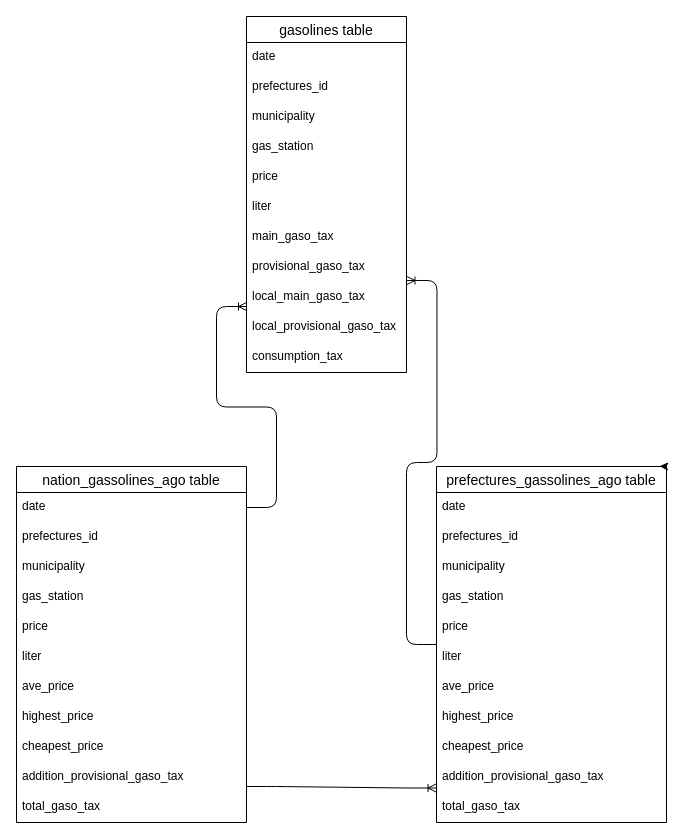
Above: E-R.dio in kopelwende/gas_tax (draw.io), before the change. Source tidied: cells renumbered, new cells numbered last; positions are measured from the earlier drawing's top-left corner, leaving out a move shared by most shapes. Both pictures are drawn from the tidied source at 100%, with x=0, y=0 at pixel (16, 16).
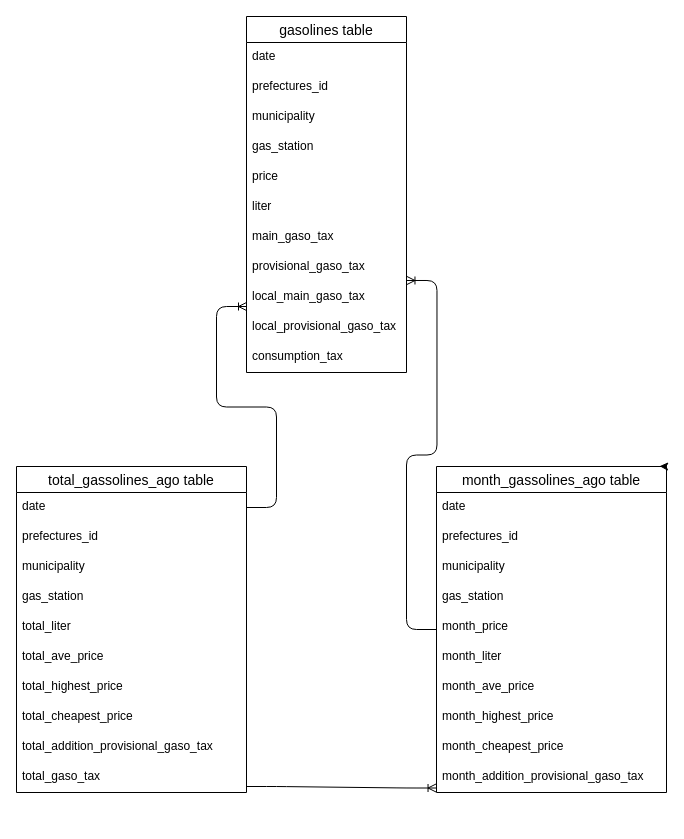
After the change.

The edit, as a diff of the source:
```diff
@@
-    <mxCell id="14" value="prefectures_gassolines_ago table" style="swimlane;fontStyle=0;horizontal=1;startSize=26;align=center;fontSize=14;" parent="1" vertex="1">
-      <mxGeometry x="420" y="450" width="230" height="356" as="geometry" />
+    <mxCell id="14" value="month_gassolines_ago table" style="swimlane;fontStyle=0;horizontal=1;startSize=26;align=center;fontSize=14;" parent="1" vertex="1">
+      <mxGeometry x="420" y="450" width="230" height="326" as="geometry" />
     </mxCell>
@@
-    <mxCell id="19" value="price " style="text;strokeColor=none;fillColor=none;spacingLeft=4;spacingRight=4;overflow=hidden;fontSize=12;" parent="14" vertex="1">
+    <mxCell id="19" value="month_price " style="text;strokeColor=none;fillColor=none;spacingLeft=4;spacingRight=4;overflow=hidden;fontSize=12;" parent="14" vertex="1">
       <mxGeometry y="146" width="230" height="30" as="geometry" />
     </mxCell>
-    <mxCell id="20" value="liter " style="text;strokeColor=none;fillColor=none;spacingLeft=4;spacingRight=4;overflow=hidden;fontSize=12;" parent="14" vertex="1">
+    <mxCell id="20" value="month_liter " style="text;strokeColor=none;fillColor=none;spacingLeft=4;spacingRight=4;overflow=hidden;fontSize=12;" parent="14" vertex="1">
       <mxGeometry y="176" width="230" height="30" as="geometry" />
     </mxCell>
-    <mxCell id="21" value="ave_price  " style="text;strokeColor=none;fillColor=none;spacingLeft=4;spacingRight=4;overflow=hidden;fontSize=12;" parent="14" vertex="1">
+    <mxCell id="21" value="month_ave_price  " style="text;strokeColor=none;fillColor=none;spacingLeft=4;spacingRight=4;overflow=hidden;fontSize=12;" parent="14" vertex="1">
       <mxGeometry y="206" width="230" height="30" as="geometry" />
     </mxCell>
-    <mxCell id="22" value="highest_price" style="text;strokeColor=none;fillColor=none;spacingLeft=4;spacingRight=4;overflow=hidden;fontSize=12;" parent="14" vertex="1">
+    <mxCell id="22" value="month_highest_price" style="text;strokeColor=none;fillColor=none;spacingLeft=4;spacingRight=4;overflow=hidden;fontSize=12;" parent="14" vertex="1">
       <mxGeometry y="236" width="230" height="30" as="geometry" />
     </mxCell>
-    <mxCell id="23" value="cheapest_price" style="text;strokeColor=none;fillColor=none;spacingLeft=4;spacingRight=4;overflow=hidden;fontSize=12;" parent="14" vertex="1">
+    <mxCell id="23" value="month_cheapest_price" style="text;strokeColor=none;fillColor=none;spacingLeft=4;spacingRight=4;overflow=hidden;fontSize=12;" parent="14" vertex="1">
       <mxGeometry y="266" width="230" height="30" as="geometry" />
     </mxCell>
-    <mxCell id="24" value="addition_provisional_gaso_tax" style="text;strokeColor=none;fillColor=none;spacingLeft=4;spacingRight=4;overflow=hidden;points=[[0,0.5],[1,0.5]];portConstraint=eastwest;fontSize=12;" parent="14" vertex="1">
+    <mxCell id="24" value="month_addition_provisional_gaso_tax" style="text;strokeColor=none;fillColor=none;spacingLeft=4;spacingRight=4;overflow=hidden;points=[[0,0.5],[1,0.5]];portConstraint=eastwest;fontSize=12;" parent="14" vertex="1">
       <mxGeometry y="296" width="230" height="30" as="geometry" />
     </mxCell>
-    <mxCell id="25" value="total_gaso_tax" style="text;strokeColor=none;fillColor=none;spacingLeft=4;spacingRight=4;overflow=hidden;fontSize=12;" parent="14" vertex="1">
-      <mxGeometry y="326" width="230" height="30" as="geometry" />
-    </mxCell>
@@
-    <mxCell id="27" value="nation_gassolines_ago table" style="swimlane;fontStyle=0;horizontal=1;startSize=26;align=center;fontSize=14;" parent="1" vertex="1">
-      <mxGeometry y="450" width="230" height="356" as="geometry" />
+    <mxCell id="27" value="total_gassolines_ago table" style="swimlane;fontStyle=0;horizontal=1;startSize=26;align=center;fontSize=14;" parent="1" vertex="1">
+      <mxGeometry y="450" width="230" height="326" as="geometry" />
     </mxCell>
@@
-    <mxCell id="32" value="price " style="text;strokeColor=none;fillColor=none;spacingLeft=4;spacingRight=4;overflow=hidden;fontSize=12;" parent="27" vertex="1">
-      <mxGeometry y="146" width="230" height="30" as="geometry" />
-    </mxCell>
-    <mxCell id="33" value="liter " style="text;strokeColor=none;fillColor=none;spacingLeft=4;spacingRight=4;overflow=hidden;fontSize=12;" parent="27" vertex="1">
-      <mxGeometry y="176" width="230" height="30" as="geometry" />
+    <mxCell id="33" value="total_liter " style="text;strokeColor=none;fillColor=none;spacingLeft=4;spacingRight=4;overflow=hidden;fontSize=12;" parent="27" vertex="1">
+      <mxGeometry y="146" width="230" height="30" as="geometry" />
     </mxCell>
-    <mxCell id="34" value="ave_price  " style="text;strokeColor=none;fillColor=none;spacingLeft=4;spacingRight=4;overflow=hidden;fontSize=12;" parent="27" vertex="1">
-      <mxGeometry y="206" width="230" height="30" as="geometry" />
+    <mxCell id="34" value="total_ave_price  " style="text;strokeColor=none;fillColor=none;spacingLeft=4;spacingRight=4;overflow=hidden;fontSize=12;" parent="27" vertex="1">
+      <mxGeometry y="176" width="230" height="30" as="geometry" />
     </mxCell>
-    <mxCell id="35" value="highest_price" style="text;strokeColor=none;fillColor=none;spacingLeft=4;spacingRight=4;overflow=hidden;fontSize=12;" parent="27" vertex="1">
-      <mxGeometry y="236" width="230" height="30" as="geometry" />
+    <mxCell id="35" value="total_highest_price" style="text;strokeColor=none;fillColor=none;spacingLeft=4;spacingRight=4;overflow=hidden;fontSize=12;" parent="27" vertex="1">
+      <mxGeometry y="206" width="230" height="30" as="geometry" />
     </mxCell>
-    <mxCell id="36" value="cheapest_price" style="text;strokeColor=none;fillColor=none;spacingLeft=4;spacingRight=4;overflow=hidden;fontSize=12;" parent="27" vertex="1">
-      <mxGeometry y="266" width="230" height="30" as="geometry" />
+    <mxCell id="36" value="total_cheapest_price" style="text;strokeColor=none;fillColor=none;spacingLeft=4;spacingRight=4;overflow=hidden;fontSize=12;" parent="27" vertex="1">
+      <mxGeometry y="236" width="230" height="30" as="geometry" />
     </mxCell>
-    <mxCell id="37" value="addition_provisional_gaso_tax" style="text;strokeColor=none;fillColor=none;spacingLeft=4;spacingRight=4;overflow=hidden;fontSize=12;" parent="27" vertex="1">
-      <mxGeometry y="296" width="230" height="30" as="geometry" />
+    <mxCell id="37" value="total_addition_provisional_gaso_tax&#10;" style="text;strokeColor=none;fillColor=none;spacingLeft=4;spacingRight=4;overflow=hidden;fontSize=12;" parent="27" vertex="1">
+      <mxGeometry y="266" width="230" height="30" as="geometry" />
     </mxCell>
     <mxCell id="38" value="total_gaso_tax" style="text;strokeColor=none;fillColor=none;spacingLeft=4;spacingRight=4;overflow=hidden;fontSize=12;" parent="27" vertex="1">
-      <mxGeometry y="326" width="230" height="30" as="geometry" />
+      <mxGeometry y="296" width="230" height="30" as="geometry" />
     </mxCell>
```
